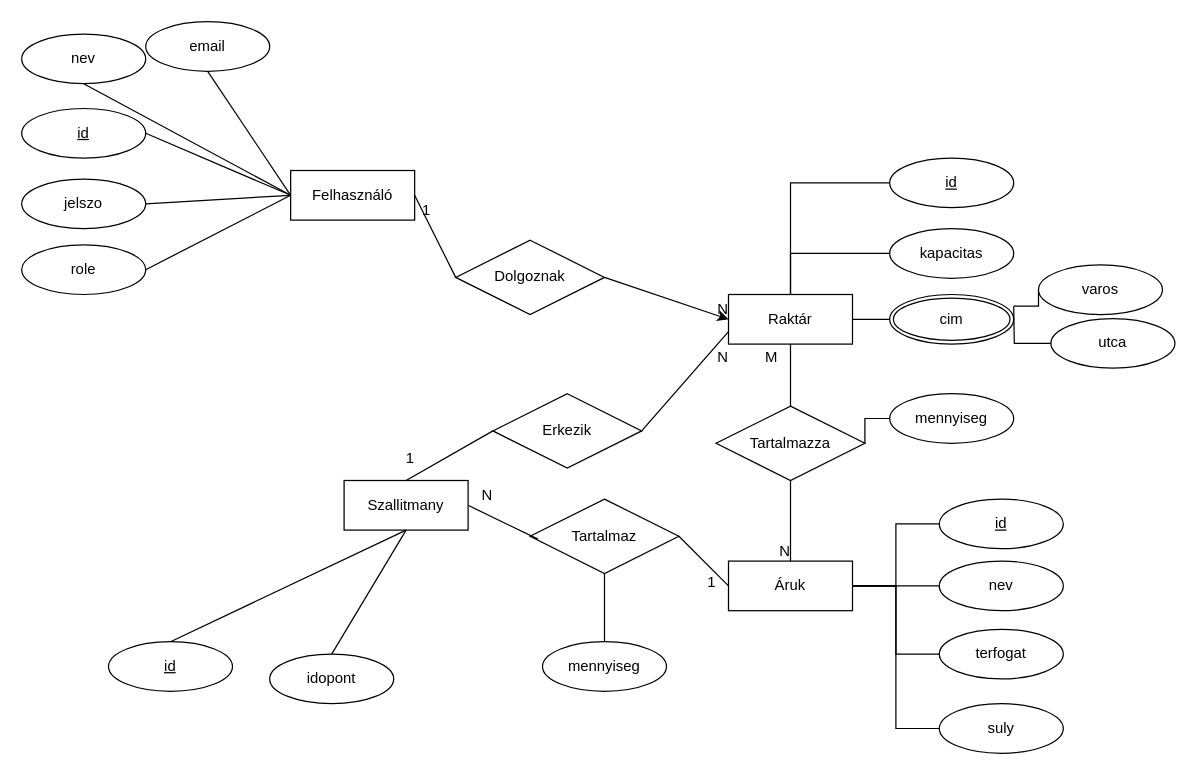
Before: ek.drawio in v1szk1s/adatb, a draw.io diagram. Source tidied: cells renumbered, new cells numbered last; positions are measured from the earlier drawing's top-left corner, leaving out a move shared by most shapes. Both pictures are drawn from the tidied source at 124%, with x=0, y=0 at pixel (21, 21).
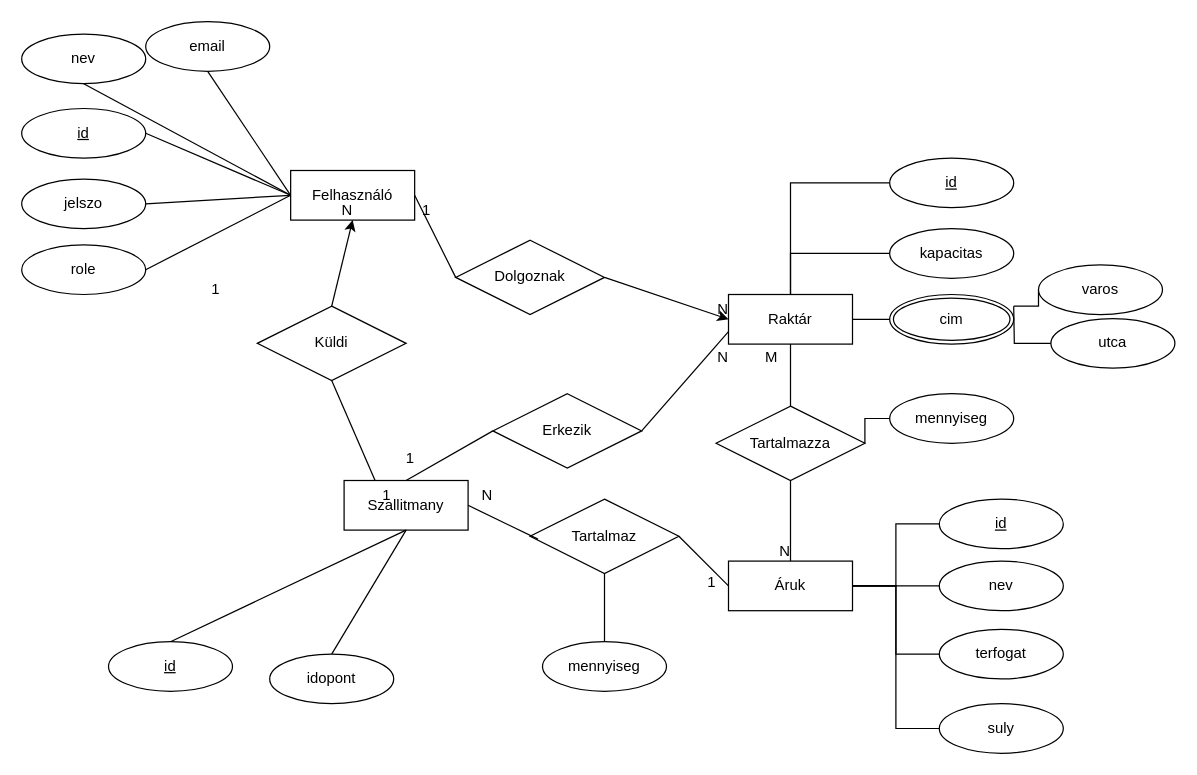
After the change.

Unchanged cells that the change refers to:
```xml
<mxCell id="2" value="Felhasználó" style="whiteSpace=wrap;html=1;align=center;" parent="1" vertex="1">
  <mxGeometry x="216.9" y="120" width="100" height="40" as="geometry" />
</mxCell>
<mxCell id="5" value="Szallitmany" style="whiteSpace=wrap;html=1;align=center;" parent="1" vertex="1">
  <mxGeometry x="260" y="370" width="100" height="40" as="geometry" />
</mxCell>
```

The edit, as a diff of the source:
```diff
@@
+    <mxCell id="62" value="Küldi" style="shape=rhombus;perimeter=rhombusPerimeter;whiteSpace=wrap;html=1;align=center;" parent="1" vertex="1">
+      <mxGeometry x="190" y="229.4" width="120" height="60" as="geometry" />
+    </mxCell>
+    <mxCell id="63" value="1" style="html=1;align=right;verticalAlign=bottom;" parent="1" vertex="1">
+      <mxGeometry x="160" y="224" as="geometry" />
+    </mxCell>
+    <mxCell id="64" style="endArrow=none;html=1;rounded=0;entryX=0.25;entryY=0;entryDx=0;entryDy=0;exitX=0.5;exitY=1;exitDx=0;exitDy=0;" parent="1" edge="1" source="62" target="5">
+      <mxGeometry relative="1" as="geometry" />
+    </mxCell>
+    <mxCell id="65" value="1" style="html=1;align=right;verticalAlign=bottom;" parent="64" vertex="1">
+      <mxGeometry x="1" relative="1" as="geometry">
+        <mxPoint x="13" y="20" as="offset" />
+      </mxGeometry>
+    </mxCell>
+    <mxCell id="66" style="endArrow=classic;html=1;rounded=0;entryX=0.5;entryY=1;entryDx=0;entryDy=0;exitX=0.5;exitY=0;exitDx=0;exitDy=0;endFill=1;" parent="1" edge="1" source="62" target="2">
+      <mxGeometry relative="1" as="geometry" />
+    </mxCell>
+    <mxCell id="67" value="N" style="html=1;align=right;verticalAlign=bottom;" parent="66" vertex="1">
+      <mxGeometry x="1" relative="1" as="geometry" />
+    </mxCell>
```
